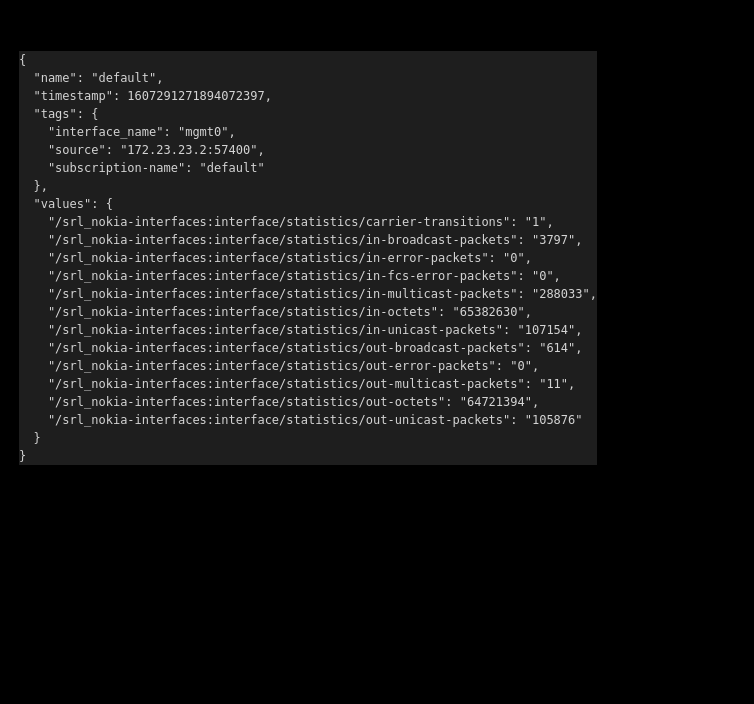
The draw.io diagram diagrams/event_msg.drawio in karimra/gnmic, before the edit. Source tidied: cells renumbered, new cells numbered last; positions are measured from the earlier drawing's top-left corner, leaving out a move shared by most shapes. Both pictures are drawn from the tidied source at 100%, with x=0, y=0 at pixel (17, 17).
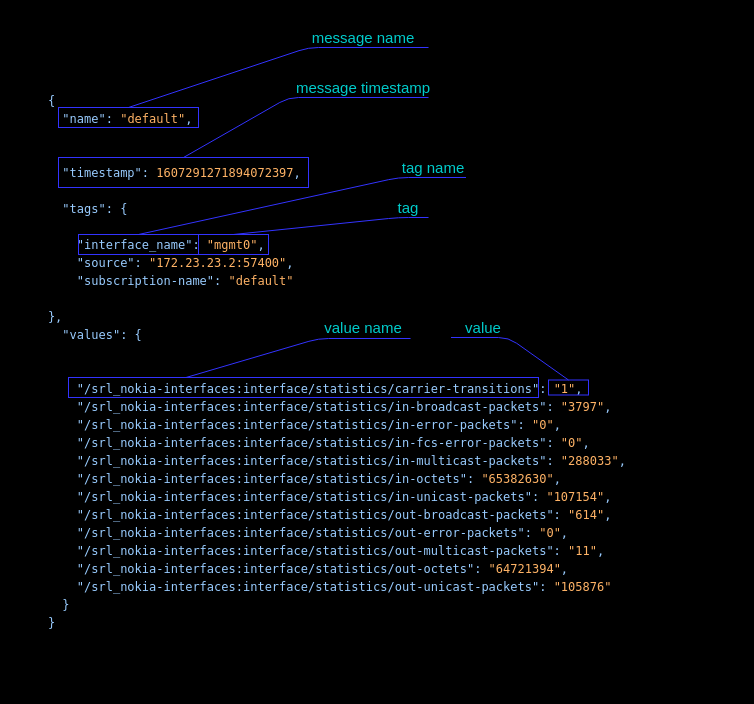
The same page after the edit.

Diff of the diagram source:
```diff
@@
-    <mxCell id="2" value="&lt;div style=&quot;color: rgb(212 , 212 , 212) ; background-color: rgb(30 , 30 , 30) ; font-family: &amp;#34;menlo&amp;#34; , &amp;#34;monaco&amp;#34; , &amp;#34;courier new&amp;#34; , monospace ; line-height: 18px&quot;&gt;&lt;div&gt;    {&lt;/div&gt;&lt;div&gt;&amp;nbsp; &quot;name&quot;: &quot;default&quot;,&lt;/div&gt;&lt;div&gt;&amp;nbsp; &quot;timestamp&quot;: 1607291271894072397,&lt;/div&gt;&lt;div&gt;&amp;nbsp; &quot;tags&quot;: {&lt;/div&gt;&lt;div&gt;&amp;nbsp; &amp;nbsp; &quot;interface_name&quot;: &quot;mgmt0&quot;,&lt;/div&gt;&lt;div&gt;&amp;nbsp; &amp;nbsp; &quot;source&quot;: &quot;172.23.23.2:57400&quot;,&lt;/div&gt;&lt;div&gt;&amp;nbsp; &amp;nbsp; &quot;subscription-name&quot;: &quot;default&quot;&lt;/div&gt;&lt;div&gt;&amp;nbsp; },&lt;/div&gt;&lt;div&gt;&amp;nbsp; &quot;values&quot;: {&lt;/div&gt;&lt;div&gt;&amp;nbsp; &amp;nbsp; &quot;/srl_nokia-interfaces:interface/statistics/carrier-transitions&quot;: &quot;1&quot;,&lt;/div&gt;&lt;div&gt;&amp;nbsp; &amp;nbsp; &quot;/srl_nokia-interfaces:interface/statistics/in-broadcast-packets&quot;: &quot;3797&quot;,&lt;/div&gt;&lt;div&gt;&amp;nbsp; &amp;nbsp; &quot;/srl_nokia-interfaces:interface/statistics/in-error-packets&quot;: &quot;0&quot;,&lt;/div&gt;&lt;div&gt;&amp;nbsp; &amp;nbsp; &quot;/srl_nokia-interfaces:interface/statistics/in-fcs-error-packets&quot;: &quot;0&quot;,&lt;/div&gt;&lt;div&gt;&amp;nbsp; &amp;nbsp; &quot;/srl_nokia-interfaces:interface/statistics/in-multicast-packets&quot;: &quot;288033&quot;,&lt;/div&gt;&lt;div&gt;&amp;nbsp; &amp;nbsp; &quot;/srl_nokia-interfaces:interface/statistics/in-octets&quot;: &quot;65382630&quot;,&lt;/div&gt;&lt;div&gt;&amp;nbsp; &amp;nbsp; &quot;/srl_nokia-interfaces:interface/statistics/in-unicast-packets&quot;: &quot;107154&quot;,&lt;/div&gt;&lt;div&gt;&amp;nbsp; &amp;nbsp; &quot;/srl_nokia-interfaces:interface/statistics/out-broadcast-packets&quot;: &quot;614&quot;,&lt;/div&gt;&lt;div&gt;&amp;nbsp; &amp;nbsp; &quot;/srl_nokia-interfaces:interface/statistics/out-error-packets&quot;: &quot;0&quot;,&lt;/div&gt;&lt;div&gt;&amp;nbsp; &amp;nbsp; &quot;/srl_nokia-interfaces:interface/statistics/out-multicast-packets&quot;: &quot;11&quot;,&lt;/div&gt;&lt;div&gt;&amp;nbsp; &amp;nbsp; &quot;/srl_nokia-interfaces:interface/statistics/out-octets&quot;: &quot;64721394&quot;,&lt;/div&gt;&lt;div&gt;&amp;nbsp; &amp;nbsp; &quot;/srl_nokia-interfaces:interface/statistics/out-unicast-packets&quot;: &quot;105876&quot;&lt;/div&gt;&lt;div&gt;&amp;nbsp; }&lt;/div&gt;&lt;div&gt;    }&lt;/div&gt;&lt;/div&gt;" style="text;html=1;strokeColor=none;fillColor=none;align=left;verticalAlign=middle;whiteSpace=wrap;rounded=0;" parent="1" vertex="1">
-      <mxGeometry width="720" height="480" as="geometry" />
+    <mxCell id="2" value="&lt;div style=&quot;font-family: &amp;#34;menlo&amp;#34; , &amp;#34;monaco&amp;#34; , &amp;#34;courier new&amp;#34; , monospace ; line-height: 18px&quot;&gt;&lt;div&gt;&lt;font color=&quot;#99ccff&quot;&gt;&amp;nbsp; &amp;nbsp;&amp;nbsp;&lt;/font&gt;&lt;/div&gt;&lt;div&gt;&lt;font color=&quot;#99ccff&quot;&gt;&amp;nbsp; &amp;nbsp; {&lt;/font&gt;&lt;/div&gt;&lt;div&gt;&lt;font color=&quot;#99ccff&quot;&gt;&amp;nbsp; &amp;nbsp; &amp;nbsp; &quot;name&quot;: &lt;/font&gt;&lt;font color=&quot;#ffb366&quot;&gt;&quot;default&quot;&lt;/font&gt;&lt;font color=&quot;#99ccff&quot;&gt;,&lt;/font&gt;&lt;/div&gt;&lt;div&gt;&lt;br&gt;&lt;/div&gt;&lt;div&gt;&lt;font color=&quot;#99ccff&quot;&gt;&lt;br&gt;&lt;/font&gt;&lt;/div&gt;&lt;div&gt;&lt;font color=&quot;#99ccff&quot;&gt;&amp;nbsp; &amp;nbsp; &amp;nbsp; &quot;timestamp&quot;: &lt;/font&gt;&lt;font color=&quot;#ffb366&quot;&gt;1607291271894072397&lt;/font&gt;&lt;font color=&quot;#99ccff&quot;&gt;,&lt;/font&gt;&lt;/div&gt;&lt;div&gt;&lt;font color=&quot;#99ccff&quot;&gt;&lt;br&gt;&lt;/font&gt;&lt;/div&gt;&lt;div&gt;&lt;font color=&quot;#99ccff&quot;&gt;&amp;nbsp; &amp;nbsp; &amp;nbsp; &quot;tags&quot;: {&lt;/font&gt;&lt;/div&gt;&lt;div&gt;&lt;br&gt;&lt;/div&gt;&lt;div&gt;&lt;font color=&quot;#99ccff&quot;&gt;&amp;nbsp; &amp;nbsp; &amp;nbsp; &amp;nbsp; &quot;interface_name&quot;: &lt;/font&gt;&lt;font color=&quot;#ffb366&quot;&gt;&quot;mgmt0&quot;&lt;/font&gt;&lt;font color=&quot;#99ccff&quot;&gt;,&lt;/font&gt;&lt;/div&gt;&lt;div&gt;&lt;font color=&quot;#99ccff&quot;&gt;&amp;nbsp; &amp;nbsp; &amp;nbsp; &amp;nbsp; &quot;source&quot;: &lt;/font&gt;&lt;font color=&quot;#ffb366&quot;&gt;&quot;172.23.23.2:57400&quot;&lt;/font&gt;&lt;font color=&quot;#99ccff&quot;&gt;,&lt;/font&gt;&lt;/div&gt;&lt;div&gt;&lt;font color=&quot;#99ccff&quot;&gt;&amp;nbsp; &amp;nbsp; &amp;nbsp; &amp;nbsp; &quot;subscription-name&quot;: &lt;/font&gt;&lt;font color=&quot;#ffb366&quot;&gt;&quot;default&quot;&lt;/font&gt;&lt;/div&gt;&lt;div&gt;&lt;font color=&quot;#99ccff&quot;&gt;&lt;br&gt;&lt;/font&gt;&lt;/div&gt;&lt;div&gt;&lt;font color=&quot;#99ccff&quot;&gt;&amp;nbsp; &amp;nbsp; },&lt;/font&gt;&lt;/div&gt;&lt;div&gt;&lt;font color=&quot;#99ccff&quot;&gt;&amp;nbsp; &amp;nbsp; &amp;nbsp; &quot;values&quot;: {&lt;/font&gt;&lt;/div&gt;&lt;div&gt;&lt;font color=&quot;#99ccff&quot;&gt;&lt;br&gt;&lt;/font&gt;&lt;/div&gt;&lt;div&gt;&lt;br&gt;&lt;/div&gt;&lt;div&gt;&lt;font color=&quot;#99ccff&quot;&gt;&amp;nbsp; &amp;nbsp; &amp;nbsp; &amp;nbsp; &quot;/srl_nokia-interfaces:interface/statistics/carrier-transitions&quot;: &lt;/font&gt;&lt;font color=&quot;#ffb366&quot;&gt;&quot;1&quot;&lt;/font&gt;&lt;font color=&quot;#99ccff&quot;&gt;,&lt;/font&gt;&lt;/div&gt;&lt;div&gt;&lt;font color=&quot;#99ccff&quot;&gt;&amp;nbsp; &amp;nbsp; &amp;nbsp; &amp;nbsp; &quot;/srl_nokia-interfaces:interface/statistics/in-broadcast-packets&quot;: &lt;/font&gt;&lt;font color=&quot;#ffb366&quot;&gt;&quot;3797&quot;&lt;/font&gt;&lt;font color=&quot;#99ccff&quot;&gt;,&lt;/font&gt;&lt;/div&gt;&lt;div&gt;&lt;font color=&quot;#99ccff&quot;&gt;&amp;nbsp; &amp;nbsp; &amp;nbsp; &amp;nbsp; &quot;/srl_nokia-interfaces:interface/statistics/in-error-packets&quot;:&lt;/font&gt;&lt;font color=&quot;#ffb366&quot;&gt; &quot;0&quot;&lt;/font&gt;&lt;font color=&quot;#99ccff&quot;&gt;,&lt;/font&gt;&lt;/div&gt;&lt;div&gt;&lt;font color=&quot;#99ccff&quot;&gt;&amp;nbsp; &amp;nbsp; &amp;nbsp; &amp;nbsp; &quot;/srl_nokia-interfaces:interface/statistics/in-fcs-error-packets&quot;: &lt;/font&gt;&lt;font color=&quot;#ffb366&quot;&gt;&quot;0&quot;&lt;/font&gt;&lt;font color=&quot;#99ccff&quot;&gt;,&lt;/font&gt;&lt;/div&gt;&lt;div&gt;&lt;font color=&quot;#99ccff&quot;&gt;&amp;nbsp; &amp;nbsp; &amp;nbsp; &amp;nbsp; &quot;/srl_nokia-interfaces:interface/statistics/in-multicast-packets&quot;: &lt;/font&gt;&lt;font color=&quot;#ffb366&quot;&gt;&quot;288033&quot;&lt;/font&gt;&lt;font color=&quot;#99ccff&quot;&gt;,&lt;/font&gt;&lt;/div&gt;&lt;div&gt;&lt;font color=&quot;#99ccff&quot;&gt;&amp;nbsp; &amp;nbsp; &amp;nbsp; &amp;nbsp; &quot;/srl_nokia-interfaces:interface/statistics/in-octets&quot;: &lt;/font&gt;&lt;font color=&quot;#ffb366&quot;&gt;&quot;65382630&quot;&lt;/font&gt;&lt;font color=&quot;#99ccff&quot;&gt;,&lt;/font&gt;&lt;/div&gt;&lt;div&gt;&lt;font color=&quot;#99ccff&quot;&gt;&amp;nbsp; &amp;nbsp; &amp;nbsp; &amp;nbsp; &quot;/srl_nokia-interfaces:interface/statistics/in-unicast-packets&quot;: &lt;/font&gt;&lt;font color=&quot;#ffb366&quot;&gt;&quot;107154&quot;&lt;/font&gt;&lt;font color=&quot;#99ccff&quot;&gt;,&lt;/font&gt;&lt;/div&gt;&lt;div&gt;&lt;font color=&quot;#99ccff&quot;&gt;&amp;nbsp; &amp;nbsp; &amp;nbsp; &amp;nbsp; &quot;/srl_nokia-interfaces:interface/statistics/out-broadcast-packets&quot;: &lt;/font&gt;&lt;font color=&quot;#ffb366&quot;&gt;&quot;614&quot;&lt;/font&gt;&lt;font color=&quot;#99ccff&quot;&gt;,&lt;/font&gt;&lt;/div&gt;&lt;div&gt;&lt;font color=&quot;#99ccff&quot;&gt;&amp;nbsp; &amp;nbsp; &amp;nbsp; &amp;nbsp; &quot;/srl_nokia-interfaces:interface/statistics/out-error-packets&quot;:&lt;/font&gt;&lt;font color=&quot;#ffb366&quot;&gt; &quot;0&quot;&lt;/font&gt;&lt;font color=&quot;#99ccff&quot;&gt;,&lt;/font&gt;&lt;/div&gt;&lt;div&gt;&lt;font color=&quot;#99ccff&quot;&gt;&amp;nbsp; &amp;nbsp; &amp;nbsp; &amp;nbsp; &quot;/srl_nokia-interfaces:interface/statistics/out-multicast-packets&quot;: &lt;/font&gt;&lt;font color=&quot;#ffb366&quot;&gt;&quot;11&quot;&lt;/font&gt;&lt;font color=&quot;#99ccff&quot;&gt;,&lt;/font&gt;&lt;/div&gt;&lt;div&gt;&lt;font color=&quot;#99ccff&quot;&gt;&amp;nbsp; &amp;nbsp; &amp;nbsp; &amp;nbsp; &quot;/srl_nokia-interfaces:interface/statistics/out-octets&quot;: &lt;/font&gt;&lt;font color=&quot;#ffb366&quot;&gt;&quot;64721394&quot;&lt;/font&gt;&lt;font color=&quot;#99ccff&quot;&gt;,&lt;/font&gt;&lt;/div&gt;&lt;div&gt;&lt;font color=&quot;#99ccff&quot;&gt;&amp;nbsp; &amp;nbsp; &amp;nbsp; &amp;nbsp; &quot;/srl_nokia-interfaces:interface/statistics/out-unicast-packets&quot;: &lt;/font&gt;&lt;font color=&quot;#ffb366&quot;&gt;&quot;105876&quot;&lt;/font&gt;&lt;/div&gt;&lt;div&gt;&lt;font color=&quot;#99ccff&quot;&gt;&amp;nbsp; &amp;nbsp; &amp;nbsp; }&lt;/font&gt;&lt;/div&gt;&lt;div&gt;&lt;font color=&quot;#99ccff&quot;&gt;&amp;nbsp; &amp;nbsp; }&lt;/font&gt;&lt;/div&gt;&lt;/div&gt;" style="text;html=1;strokeColor=none;fillColor=none;align=left;verticalAlign=middle;whiteSpace=wrap;rounded=0;" parent="1" vertex="1">
+      <mxGeometry width="611" height="670" as="geometry" />
     </mxCell>
+    <mxCell id="3" value="&lt;font style=&quot;font-size: 15px&quot; color=&quot;#00cccc&quot;&gt;message name&lt;/font&gt;" style="text;html=1;strokeColor=none;fillColor=none;align=center;verticalAlign=middle;whiteSpace=wrap;rounded=0;" parent="1" vertex="1">
+      <mxGeometry x="281" y="10" width="130" height="20" as="geometry" />
+    </mxCell>
+    <mxCell id="4" value="&lt;font style=&quot;font-size: 15px&quot; color=&quot;#00cccc&quot;&gt;tag name&lt;/font&gt;" style="text;html=1;strokeColor=none;fillColor=none;align=center;verticalAlign=middle;whiteSpace=wrap;rounded=0;" parent="1" vertex="1">
+      <mxGeometry x="351" y="140" width="130" height="20" as="geometry" />
+    </mxCell>
+    <mxCell id="5" value="&lt;span style=&quot;font-size: 15px&quot;&gt;&lt;font color=&quot;#00cccc&quot;&gt;tag&lt;/font&gt;&lt;/span&gt;" style="text;html=1;strokeColor=none;fillColor=none;align=center;verticalAlign=middle;whiteSpace=wrap;rounded=0;" parent="1" vertex="1">
+      <mxGeometry x="351" y="180" width="80" height="20" as="geometry" />
+    </mxCell>
+    <mxCell id="6" value="&lt;span style=&quot;color: rgb(0 , 204 , 204) ; font-size: 15px&quot;&gt;message&lt;/span&gt;&lt;font style=&quot;font-size: 15px&quot; color=&quot;#00cccc&quot;&gt;&amp;nbsp;timestamp&lt;/font&gt;" style="text;html=1;strokeColor=none;fillColor=none;align=center;verticalAlign=middle;whiteSpace=wrap;rounded=0;" parent="1" vertex="1">
+      <mxGeometry x="281" y="60" width="130" height="20" as="geometry" />
+    </mxCell>
+    <mxCell id="7" value="&lt;font style=&quot;font-size: 15px&quot; color=&quot;#00cccc&quot;&gt;value name&lt;/font&gt;" style="text;html=1;strokeColor=none;fillColor=none;align=center;verticalAlign=middle;whiteSpace=wrap;rounded=0;" parent="1" vertex="1">
+      <mxGeometry x="281" y="300" width="130" height="20" as="geometry" />
+    </mxCell>
+    <mxCell id="8" value="&lt;span style=&quot;font-size: 15px&quot;&gt;&lt;font color=&quot;#00cccc&quot;&gt;value&lt;/font&gt;&lt;/span&gt;" style="text;html=1;strokeColor=none;fillColor=none;align=center;verticalAlign=middle;whiteSpace=wrap;rounded=0;" parent="1" vertex="1">
+      <mxGeometry x="401" y="300" width="130" height="20" as="geometry" />
+    </mxCell>
+    <mxCell id="9" style="endArrow=none;html=1;strokeColor=#3333FF;entryX=0.5;entryY=0;entryDx=0;entryDy=0;exitX=1;exitY=1;exitDx=0;exitDy=0;" parent="1" edge="1" source="6" target="17">
+      <mxGeometry relative="1" as="geometry">
+        <Array as="points">
+          <mxPoint x="271" y="80" />
+        </Array>
+      </mxGeometry>
+    </mxCell>
+    <mxCell id="10" style="endArrow=none;html=1;strokeColor=#3333FF;exitX=0.5;exitY=0;exitDx=0;exitDy=0;entryX=1;entryY=1;entryDx=0;entryDy=0;" parent="1" edge="1" source="15" target="3">
+      <mxGeometry relative="1" as="geometry">
+        <Array as="points">
+          <mxPoint x="291" y="30" />
+        </Array>
+      </mxGeometry>
+    </mxCell>
+    <mxCell id="11" style="endArrow=none;html=1;strokeColor=#3333FF;entryX=0.75;entryY=1;entryDx=0;entryDy=0;exitX=0.5;exitY=0;exitDx=0;exitDy=0;" parent="1" edge="1" source="18" target="4">
+      <mxGeometry relative="1" as="geometry">
+        <Array as="points">
+          <mxPoint x="381" y="160" />
+        </Array>
+      </mxGeometry>
+    </mxCell>
+    <mxCell id="12" style="endArrow=none;html=1;strokeColor=#3333FF;exitX=0.5;exitY=0;exitDx=0;exitDy=0;entryX=0.75;entryY=1;entryDx=0;entryDy=0;" parent="1" edge="1" source="19" target="5">
+      <mxGeometry relative="1" as="geometry">
+        <Array as="points">
+          <mxPoint x="381" y="200" />
+        </Array>
+      </mxGeometry>
+    </mxCell>
+    <mxCell id="13" style="endArrow=none;html=1;strokeColor=#3333FF;exitX=0.25;exitY=0;exitDx=0;exitDy=0;entryX=0.862;entryY=1.05;entryDx=0;entryDy=0;entryPerimeter=0;" parent="1" edge="1" source="20" target="7">
+      <mxGeometry relative="1" as="geometry">
+        <Array as="points">
+          <mxPoint x="301" y="321" />
+        </Array>
+      </mxGeometry>
+    </mxCell>
+    <mxCell id="14" style="endArrow=none;html=1;strokeColor=#3333FF;exitX=0.5;exitY=0;exitDx=0;exitDy=0;entryX=0.25;entryY=1;entryDx=0;entryDy=0;" parent="1" edge="1" source="21" target="8">
+      <mxGeometry relative="1" as="geometry">
+        <Array as="points">
+          <mxPoint x="491" y="320" />
+        </Array>
+      </mxGeometry>
+    </mxCell>
+    <mxCell id="15" style="rounded=0;whiteSpace=wrap;html=1;strokeColor=#3333FF;fillColor=none;" parent="1" vertex="1">
+      <mxGeometry x="41" y="90" width="140" height="20" as="geometry" />
+    </mxCell>
+    <mxCell id="16" style="endArrow=none;html=1;strokeColor=#3333FF;exitX=0.5;exitY=0;exitDx=0;exitDy=0;" parent="1" edge="1">
+      <mxGeometry relative="1" as="geometry">
+        <mxPoint x="106" y="20" as="sourcePoint" />
+        <mxPoint x="106" y="20" as="targetPoint" />
+      </mxGeometry>
+    </mxCell>
+    <mxCell id="17" style="rounded=0;whiteSpace=wrap;html=1;strokeColor=#3333FF;fillColor=none;" parent="1" vertex="1">
+      <mxGeometry x="41" y="140" width="250" height="30" as="geometry" />
+    </mxCell>
+    <mxCell id="18" style="rounded=0;whiteSpace=wrap;html=1;strokeColor=#3333FF;fillColor=none;" parent="1" vertex="1">
+      <mxGeometry x="61" y="217" width="120" height="20" as="geometry" />
+    </mxCell>
+    <mxCell id="19" style="rounded=0;whiteSpace=wrap;html=1;strokeColor=#3333FF;fillColor=none;" parent="1" vertex="1">
+      <mxGeometry x="181" y="217" width="70" height="20" as="geometry" />
+    </mxCell>
+    <mxCell id="20" style="rounded=0;whiteSpace=wrap;html=1;strokeColor=#3333FF;fillColor=none;" parent="1" vertex="1">
+      <mxGeometry x="51" y="360" width="470" height="20" as="geometry" />
+    </mxCell>
+    <mxCell id="21" style="rounded=0;whiteSpace=wrap;html=1;strokeColor=#3333FF;fillColor=none;" parent="1" vertex="1">
+      <mxGeometry x="531" y="362.5" width="40" height="15" as="geometry" />
+    </mxCell>
+    <mxCell id="22" style="edgeStyle=orthogonalEdgeStyle;rounded=0;orthogonalLoop=1;jettySize=auto;html=1;exitX=0.5;exitY=1;exitDx=0;exitDy=0;strokeColor=#3333FF;" parent="1" edge="1" source="15" target="15">
+      <mxGeometry relative="1" as="geometry" />
+    </mxCell>
```
